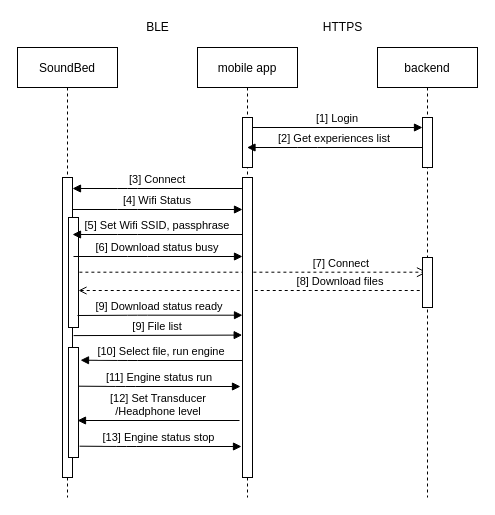
This is opsu.drawio from zakharov-dy/diagrams, a draw.io file, before an edit. Source tidied: cells renumbered, new cells numbered last; positions are measured from the earlier drawing's top-left corner, leaving out a move shared by most shapes. Both pictures are drawn from the tidied source at 100%, with x=0, y=0 at pixel (17, 17).
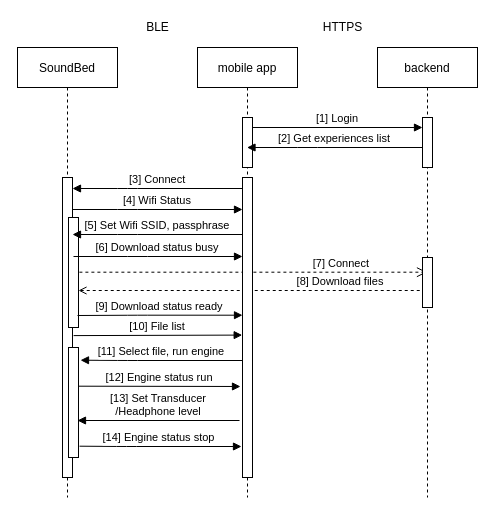
The same diagram, later.

Diff of the diagram source:
```diff
@@
-    <mxCell id="17" value="[10] Select file, run engine" style="verticalAlign=bottom;endArrow=block;shadow=0;strokeWidth=1;entryX=1.2;entryY=0.07;entryDx=0;entryDy=0;entryPerimeter=0;" parent="1" edge="1">
+    <mxCell id="17" value="[11] Select file, run engine" style="verticalAlign=bottom;endArrow=block;shadow=0;strokeWidth=1;entryX=1.2;entryY=0.07;entryDx=0;entryDy=0;entryPerimeter=0;" parent="1" edge="1">
       <mxGeometry relative="1" as="geometry">
         <mxPoint x="225" y="343" as="sourcePoint" />
         <mxPoint x="63" y="342.7" as="targetPoint" />
         <Array as="points">
           <mxPoint x="110.1" y="343" />
         </Array>
       </mxGeometry>
     </mxCell>
-    <mxCell id="18" value="[12] Set Transducer&#10;/Headphone level" style="verticalAlign=bottom;endArrow=block;shadow=0;strokeWidth=1;startArrow=none;" parent="1" edge="1">
+    <mxCell id="18" value="[13] Set Transducer&#10;/Headphone level" style="verticalAlign=bottom;endArrow=block;shadow=0;strokeWidth=1;startArrow=none;" parent="1" edge="1">
       <mxGeometry relative="1" as="geometry">
         <mxPoint x="222" y="403" as="sourcePoint" />
         <mxPoint x="60" y="403" as="targetPoint" />
       </mxGeometry>
     </mxCell>
@@
-    <mxCell id="25" value="[9] File list" style="verticalAlign=bottom;endArrow=block;shadow=0;strokeWidth=1;exitX=1.114;exitY=0.614;exitDx=0;exitDy=0;exitPerimeter=0;entryX=-0.029;entryY=0.612;entryDx=0;entryDy=0;entryPerimeter=0;" parent="1" edge="1">
+    <mxCell id="25" value="[10] File list" style="verticalAlign=bottom;endArrow=block;shadow=0;strokeWidth=1;exitX=1.114;exitY=0.614;exitDx=0;exitDy=0;exitPerimeter=0;entryX=-0.029;entryY=0.612;entryDx=0;entryDy=0;entryPerimeter=0;" parent="1" edge="1">
       <mxGeometry relative="1" as="geometry">
         <mxPoint x="56.1" y="318.1" as="sourcePoint" />
         <mxPoint x="224.7" y="317.6" as="targetPoint" />
       </mxGeometry>
     </mxCell>
-    <mxCell id="26" value="[11] Engine status run" style="verticalAlign=bottom;endArrow=none;shadow=0;strokeWidth=1;entryX=1.2;entryY=0.07;entryDx=0;entryDy=0;entryPerimeter=0;startArrow=block;startFill=1;endFill=0;" parent="1" edge="1">
+    <mxCell id="26" value="[12] Engine status run" style="verticalAlign=bottom;endArrow=none;shadow=0;strokeWidth=1;entryX=1.2;entryY=0.07;entryDx=0;entryDy=0;entryPerimeter=0;startArrow=block;startFill=1;endFill=0;" parent="1" edge="1">
       <mxGeometry relative="1" as="geometry">
         <mxPoint x="223" y="369" as="sourcePoint" />
         <mxPoint x="61" y="368.7" as="targetPoint" />
-        <Array as="points">
-          <mxPoint x="108.1" y="369" />
-        </Array>
       </mxGeometry>
     </mxCell>
-    <mxCell id="27" value="[13] Engine status stop " style="verticalAlign=bottom;endArrow=none;shadow=0;strokeWidth=1;entryX=1.2;entryY=0.07;entryDx=0;entryDy=0;entryPerimeter=0;startArrow=block;startFill=1;endFill=0;" parent="1" edge="1">
+    <mxCell id="27" value="[14] Engine status stop " style="verticalAlign=bottom;endArrow=none;shadow=0;strokeWidth=1;entryX=1.2;entryY=0.07;entryDx=0;entryDy=0;entryPerimeter=0;startArrow=block;startFill=1;endFill=0;" parent="1" edge="1">
       <mxGeometry relative="1" as="geometry">
         <mxPoint x="224" y="429" as="sourcePoint" />
         <mxPoint x="62" y="428.7" as="targetPoint" />
         <Array as="points">
           <mxPoint x="109.1" y="429" />
         </Array>
       </mxGeometry>
     </mxCell>
```
